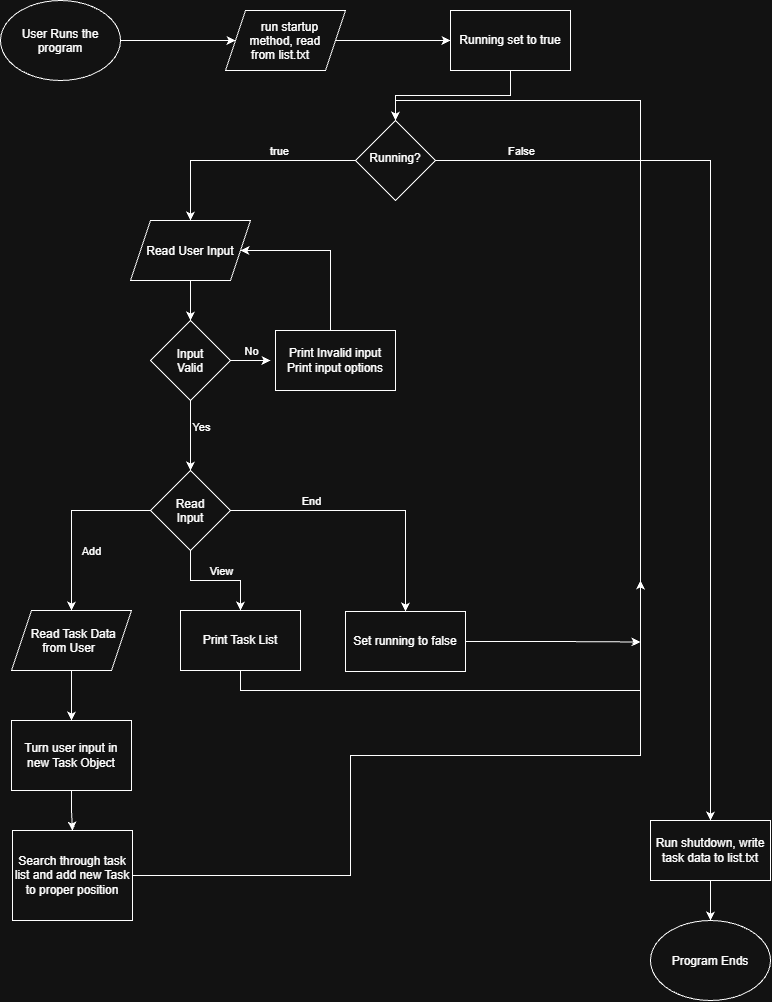
The draw.io diagram docs/Flowchart.drawio.png in BChrisman23/Smarter-Task-List, before a commit. Source tidied: cells renumbered, new cells last; positions are measured from the earlier drawing's top-left corner, leaving out a move shared by most shapes.
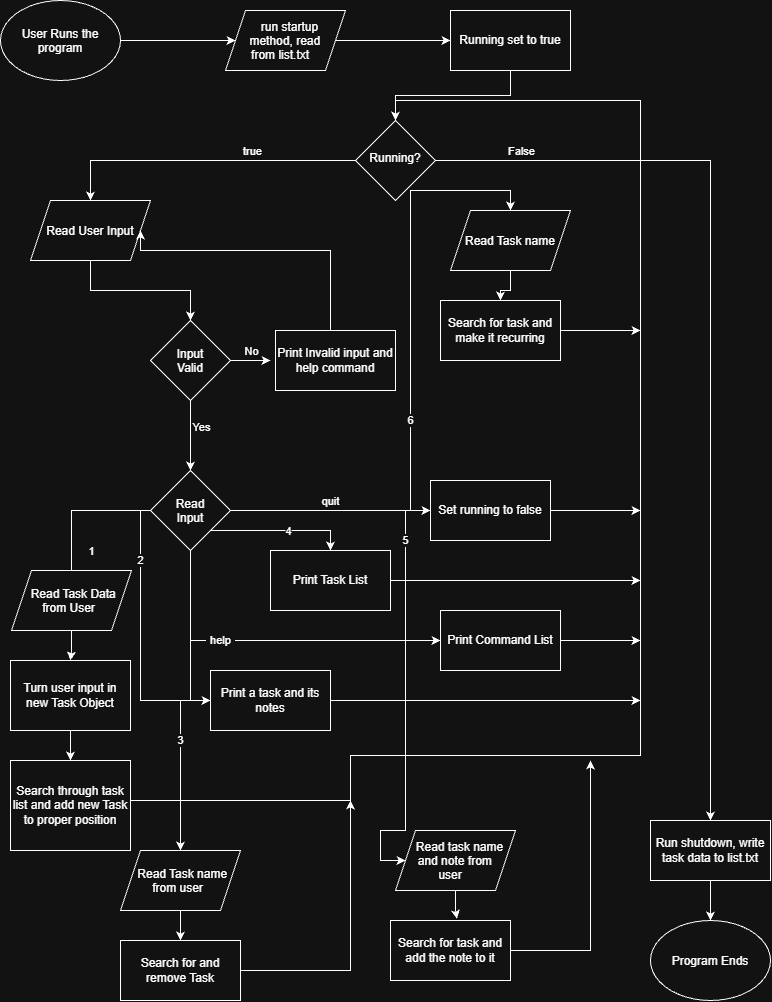
Above is the later version.

Commit message:
Updated flowchart to reflect changes both made and upcoming.

The edit, as a diff of the source:
```diff
@@ -50,7 +50,7 @@
       <mxGeometry relative="1" as="geometry" />
     </mxCell>
     <mxCell id="15" value="Read User Input" style="shape=parallelogram;perimeter=parallelogramPerimeter;whiteSpace=wrap;html=1;shapeInside=1;fixedSize=1;" parent="1" vertex="1">
-      <mxGeometry x="130" y="220" width="120" height="60" as="geometry" />
+      <mxGeometry x="30" y="200" width="120" height="60" as="geometry" />
     </mxCell>
     <mxCell id="16" style="edgeStyle=orthogonalEdgeStyle;rounded=0;jettySize=auto;html=1;defaultLabelBackgroundColor=page;" parent="1" edge="1" source="20">
       <mxGeometry relative="1" as="geometry">
@@ -80,23 +80,27 @@
         </Array>
       </mxGeometry>
     </mxCell>
-    <mxCell id="22" value="Print Invalid input&lt;div&gt;Print input options&lt;/div&gt;" style="rounded=0;whiteSpace=wrap;html=1;" parent="1" vertex="1">
+    <mxCell id="22" value="Print Invalid input and help command" style="rounded=0;whiteSpace=wrap;html=1;" parent="1" vertex="1">
       <mxGeometry x="275" y="330" width="120" height="60" as="geometry" />
     </mxCell>
-    <mxCell id="23" style="edgeStyle=orthogonalEdgeStyle;rounded=0;jettySize=auto;html=1;exitX=1;exitY=0.5;exitDx=0;exitDy=0;entryX=0.5;entryY=0;entryDx=0;entryDy=0;defaultLabelBackgroundColor=page;" parent="1" edge="1" source="29" target="33">
+    <mxCell id="23" style="edgeStyle=orthogonalEdgeStyle;rounded=0;jettySize=auto;html=1;exitX=1;exitY=0.5;exitDx=0;exitDy=0;entryX=0;entryY=0.5;entryDx=0;entryDy=0;defaultLabelBackgroundColor=page;" parent="1" edge="1" source="29" target="33">
       <mxGeometry relative="1" as="geometry" />
     </mxCell>
-    <mxCell id="24" value="End" style="edgeLabel;html=1;align=center;verticalAlign=middle;inheritText=1;defaultLabelBackgroundColor=page;" parent="23" vertex="1">
-      <mxGeometry x="-0.49" y="-4" relative="1" as="geometry">
+    <mxCell id="24" value="quit" style="edgeLabel;html=1;align=center;verticalAlign=middle;inheritText=1;defaultLabelBackgroundColor=page;" parent="23" vertex="1">
+      <mxGeometry x="-0.11" y="-4" relative="1" as="geometry">
         <mxPoint x="10" y="-14" as="offset" />
       </mxGeometry>
     </mxCell>
     <mxCell id="25" style="edgeStyle=orthogonalEdgeStyle;rounded=0;jettySize=auto;html=1;entryX=0.5;entryY=0;entryDx=0;entryDy=0;defaultLabelBackgroundColor=page;" parent="1" edge="1" source="29" target="31">
-      <mxGeometry relative="1" as="geometry" />
+      <mxGeometry relative="1" as="geometry">
+        <Array as="points">
+          <mxPoint x="330" y="530" />
+        </Array>
+      </mxGeometry>
     </mxCell>
-    <mxCell id="26" value="View" style="edgeLabel;html=1;align=center;verticalAlign=middle;inheritText=1;defaultLabelBackgroundColor=page;" parent="25" vertex="1">
+    <mxCell id="26" value="4" style="edgeLabel;html=1;align=center;verticalAlign=middle;inheritText=1;defaultLabelBackgroundColor=page;" parent="25" vertex="1">
       <mxGeometry x="0.14" y="1" relative="1" as="geometry">
-        <mxPoint x="-3" y="-9" as="offset" />
+        <mxPoint x="-3" y="1" as="offset" />
       </mxGeometry>
     </mxCell>
     <mxCell id="27" style="edgeStyle=orthogonalEdgeStyle;rounded=0;jettySize=auto;html=1;exitX=0;exitY=0.5;exitDx=0;exitDy=0;defaultLabelBackgroundColor=page;" parent="1" edge="1" source="29">
@@ -104,40 +108,75 @@
         <mxPoint x="71" y="610" as="targetPoint" />
       </mxGeometry>
     </mxCell>
-    <mxCell id="28" value="Add" style="edgeLabel;html=1;align=center;verticalAlign=middle;inheritText=1;defaultLabelBackgroundColor=page;" parent="27" vertex="1">
+    <mxCell id="28" value="1" style="edgeLabel;html=1;align=center;verticalAlign=middle;inheritText=1;defaultLabelBackgroundColor=page;" parent="27" vertex="1">
       <mxGeometry x="0.3" y="-1" relative="1" as="geometry">
         <mxPoint x="20" y="2" as="offset" />
       </mxGeometry>
     </mxCell>
+    <mxCell id="43" value="help" style="edgeStyle=orthogonalEdgeStyle;rounded=0;jettySize=auto;html=1;exitX=0.5;exitY=1;exitDx=0;exitDy=0;defaultLabelBackgroundColor=page;labelPadding=0 4;entryX=0;entryY=0.5;entryDx=0;entryDy=0;" parent="1" edge="1" source="29" target="49">
+      <mxGeometry x="-0.29" relative="1" as="geometry" />
+    </mxCell>
+    <mxCell id="44" value="2" style="edgeStyle=orthogonalEdgeStyle;rounded=0;jettySize=auto;html=1;exitX=0;exitY=0.5;exitDx=0;exitDy=0;entryX=0;entryY=0.5;entryDx=0;entryDy=0;defaultLabelBackgroundColor=page;labelPadding=0 4;" parent="1" edge="1" source="29" target="51">
+      <mxGeometry x="-0.56" relative="1" as="geometry">
+        <Array as="points">
+          <mxPoint x="140" y="510" />
+          <mxPoint x="140" y="700" />
+          <mxPoint x="210" y="700" />
+        </Array>
+      </mxGeometry>
+    </mxCell>
+    <mxCell id="45" value="3" style="edgeStyle=orthogonalEdgeStyle;rounded=0;jettySize=auto;html=1;defaultLabelBackgroundColor=page;labelPadding=0 4;entryX=0.5;entryY=0;entryDx=0;entryDy=0;" parent="1" edge="1" source="29" target="53">
+      <mxGeometry x="0.29" relative="1" as="geometry" />
+    </mxCell>
+    <mxCell id="46" value="5" style="edgeStyle=orthogonalEdgeStyle;rounded=0;jettySize=auto;html=1;entryX=0;entryY=0.5;entryDx=0;entryDy=0;defaultLabelBackgroundColor=page;labelPadding=0 4;" parent="1" edge="1" source="29" target="56">
+      <mxGeometry x="-0.29" relative="1" as="geometry">
+        <Array as="points">
+          <mxPoint x="405" y="510" />
+          <mxPoint x="405" y="830" />
+          <mxPoint x="380" y="830" />
+          <mxPoint x="380" y="860" />
+        </Array>
+      </mxGeometry>
+    </mxCell>
+    <mxCell id="47" value="6" style="edgeStyle=orthogonalEdgeStyle;rounded=0;jettySize=auto;html=1;entryX=0.5;entryY=0;entryDx=0;entryDy=0;defaultLabelBackgroundColor=page;labelPadding=0 4;" parent="1" edge="1" source="29" target="61">
+      <mxGeometry x="-0.13" relative="1" as="geometry">
+        <Array as="points">
+          <mxPoint x="410" y="510" />
+          <mxPoint x="410" y="190" />
+          <mxPoint x="510" y="190" />
+        </Array>
+      </mxGeometry>
+    </mxCell>
     <mxCell id="29" value="&lt;br&gt;Read Input" style="rhombus;whiteSpace=wrap;html=1;shapeInside=1;" parent="1" vertex="1">
       <mxGeometry x="150" y="470" width="80" height="80" as="geometry" />
     </mxCell>
-    <mxCell id="30" style="edgeStyle=orthogonalEdgeStyle;rounded=0;jettySize=auto;html=1;exitX=0.5;exitY=1;exitDx=0;exitDy=0;defaultLabelBackgroundColor=page;" parent="1" edge="1" source="31">
+    <mxCell id="30" style="edgeStyle=orthogonalEdgeStyle;rounded=0;jettySize=auto;html=1;exitX=1;exitY=0.5;exitDx=0;exitDy=0;defaultLabelBackgroundColor=page;" parent="1" edge="1" source="31">
       <mxGeometry relative="1" as="geometry">
         <mxPoint x="640" y="580" as="targetPoint" />
       </mxGeometry>
     </mxCell>
     <mxCell id="31" value="Print Task List" style="rounded=0;whiteSpace=wrap;html=1;" parent="1" vertex="1">
-      <mxGeometry x="180" y="610" width="120" height="60" as="geometry" />
+      <mxGeometry x="270" y="550" width="120" height="60" as="geometry" />
     </mxCell>
     <mxCell id="32" style="edgeStyle=orthogonalEdgeStyle;rounded=0;jettySize=auto;html=1;exitX=1;exitY=0.5;exitDx=0;exitDy=0;defaultLabelBackgroundColor=page;" parent="1" edge="1" source="33">
       <mxGeometry relative="1" as="geometry">
-        <mxPoint x="640" y="641.5" as="targetPoint" />
+        <mxPoint x="640" y="510" as="targetPoint" />
       </mxGeometry>
     </mxCell>
     <mxCell id="33" value="Set running to false" style="rounded=0;whiteSpace=wrap;html=1;" parent="1" vertex="1">
-      <mxGeometry x="345" y="611" width="120" height="60" as="geometry" />
+      <mxGeometry x="430" y="480" width="120" height="60" as="geometry" />
     </mxCell>
     <mxCell id="34" style="edgeStyle=orthogonalEdgeStyle;rounded=0;jettySize=auto;html=1;entryX=0.5;entryY=0;entryDx=0;entryDy=0;defaultLabelBackgroundColor=page;" parent="1" edge="1" source="35" target="38">
       <mxGeometry relative="1" as="geometry" />
     </mxCell>
     <mxCell id="35" value="Read Task Data from User" style="shape=parallelogram;perimeter=parallelogramPerimeter;whiteSpace=wrap;html=1;shapeInside=1;fixedSize=1;" parent="1" vertex="1">
-      <mxGeometry x="11" y="610" width="120" height="60" as="geometry" />
+      <mxGeometry x="11" y="570" width="120" height="60" as="geometry" />
     </mxCell>
     <mxCell id="36" style="edgeStyle=orthogonalEdgeStyle;rounded=0;jettySize=auto;html=1;defaultLabelBackgroundColor=page;entryX=0.5;entryY=0;entryDx=0;entryDy=0;exitX=1;exitY=0.5;exitDx=0;exitDy=0;" parent="1" edge="1" source="42" target="11">
-      <mxGeometry x="-0.23" relative="1" as="geometry">
+      <mxGeometry x="-0.34" relative="1" as="geometry">
         <Array as="points">
-          <mxPoint x="350" y="875" />
+          <mxPoint x="130" y="800" />
+          <mxPoint x="350" y="800" />
           <mxPoint x="350" y="755" />
           <mxPoint x="640" y="755" />
           <mxPoint x="640" y="100" />
@@ -149,7 +188,7 @@
       <mxGeometry relative="1" as="geometry" />
     </mxCell>
     <mxCell id="38" value="Turn user input in new Task Object" style="rounded=0;whiteSpace=wrap;html=1;" parent="1" vertex="1">
-      <mxGeometry x="11" y="720" width="120" height="70" as="geometry" />
+      <mxGeometry x="10" y="660" width="120" height="70" as="geometry" />
     </mxCell>
     <mxCell id="39" style="edgeStyle=orthogonalEdgeStyle;rounded=0;jettySize=auto;html=1;entryX=0.5;entryY=0;entryDx=0;entryDy=0;defaultLabelBackgroundColor=page;" parent="1" edge="1" source="40" target="41">
       <mxGeometry relative="1" as="geometry" />
@@ -161,7 +200,65 @@
       <mxGeometry x="650" y="920" width="120" height="80" as="geometry" />
     </mxCell>
     <mxCell id="42" value="Search through task list and add new Task to proper position" style="rounded=0;whiteSpace=wrap;html=1;" parent="1" vertex="1">
-      <mxGeometry x="12" y="830" width="120" height="90" as="geometry" />
+      <mxGeometry x="10" y="760" width="120" height="90" as="geometry" />
     </mxCell>
+    <mxCell id="48" style="edgeStyle=orthogonalEdgeStyle;rounded=0;jettySize=auto;html=1;defaultLabelBackgroundColor=page;labelPadding=0 4;exitX=1;exitY=0.5;exitDx=0;exitDy=0;" parent="1" edge="1" source="49">
+      <mxGeometry x="0.62" relative="1" as="geometry">
+        <mxPoint x="640" y="640" as="targetPoint" />
+      </mxGeometry>
+    </mxCell>
+    <mxCell id="49" value="Print Command List" style="rounded=0;whiteSpace=wrap;html=1;" parent="1" vertex="1">
+      <mxGeometry x="440" y="610" width="120" height="60" as="geometry" />
+    </mxCell>
+    <mxCell id="50" style="edgeStyle=orthogonalEdgeStyle;rounded=0;jettySize=auto;html=1;defaultLabelBackgroundColor=page;labelPadding=0 4;" parent="1" edge="1" source="51">
+      <mxGeometry relative="1" as="geometry">
+        <mxPoint x="640" y="700" as="targetPoint" />
+      </mxGeometry>
+    </mxCell>
+    <mxCell id="51" value="Print a task and its notes" style="rounded=0;whiteSpace=wrap;html=1;" parent="1" vertex="1">
+      <mxGeometry x="210" y="670" width="120" height="60" as="geometry" />
+    </mxCell>
+    <mxCell id="52" style="edgeStyle=orthogonalEdgeStyle;rounded=0;jettySize=auto;html=1;entryX=0.5;entryY=0;entryDx=0;entryDy=0;defaultLabelBackgroundColor=page;labelPadding=0 4;" parent="1" edge="1" source="53" target="55">
+      <mxGeometry relative="1" as="geometry" />
+    </mxCell>
+    <mxCell id="53" value="Read Task name from user" style="shape=parallelogram;perimeter=parallelogramPerimeter;whiteSpace=wrap;html=1;shapeInside=1;fixedSize=1;" parent="1" vertex="1">
+      <mxGeometry x="120" y="850" width="120" height="60" as="geometry" />
+    </mxCell>
+    <mxCell id="54" style="edgeStyle=orthogonalEdgeStyle;rounded=0;jettySize=auto;html=1;exitX=1;exitY=0.5;exitDx=0;exitDy=0;defaultLabelBackgroundColor=page;labelPadding=0 4;" parent="1" edge="1" source="55">
+      <mxGeometry x="-0.96" relative="1" as="geometry">
+        <mxPoint x="350" y="800" as="targetPoint" />
+      </mxGeometry>
+    </mxCell>
+    <mxCell id="55" value="Search for and remove Task" style="rounded=0;whiteSpace=wrap;html=1;" parent="1" vertex="1">
+      <mxGeometry x="120" y="940" width="120" height="60" as="geometry" />
+    </mxCell>
+    <mxCell id="56" value="Read task name and note from user" style="shape=parallelogram;perimeter=parallelogramPerimeter;whiteSpace=wrap;html=1;shapeInside=1;fixedSize=1;" parent="1" vertex="1">
+      <mxGeometry x="395" y="830" width="120" height="60" as="geometry" />
+    </mxCell>
+    <mxCell id="57" style="edgeStyle=orthogonalEdgeStyle;rounded=0;jettySize=auto;html=1;defaultLabelBackgroundColor=page;labelPadding=0 4;" parent="1" edge="1" source="58">
+      <mxGeometry relative="1" as="geometry">
+        <mxPoint x="590" y="760" as="targetPoint" />
+      </mxGeometry>
+    </mxCell>
+    <mxCell id="58" value="Search for task and add the note to it" style="rounded=0;whiteSpace=wrap;html=1;" parent="1" vertex="1">
+      <mxGeometry x="390" y="920" width="120" height="60" as="geometry" />
+    </mxCell>
+    <mxCell id="59" style="edgeStyle=orthogonalEdgeStyle;rounded=0;jettySize=auto;html=1;entryX=0.554;entryY=-0.028;entryDx=0;entryDy=0;entryPerimeter=0;defaultLabelBackgroundColor=page;labelPadding=0 4;" parent="1" edge="1" source="56" target="58">
+      <mxGeometry relative="1" as="geometry" />
+    </mxCell>
+    <mxCell id="60" style="edgeStyle=orthogonalEdgeStyle;rounded=0;jettySize=auto;html=1;defaultLabelBackgroundColor=page;labelPadding=0 4;" parent="1" edge="1" source="61" target="63">
+      <mxGeometry relative="1" as="geometry" />
+    </mxCell>
+    <mxCell id="61" value="Read Task name" style="shape=parallelogram;perimeter=parallelogramPerimeter;whiteSpace=wrap;html=1;shapeInside=1;fixedSize=1;" parent="1" vertex="1">
+      <mxGeometry x="450" y="210" width="120" height="60" as="geometry" />
+    </mxCell>
+    <mxCell id="62" style="edgeStyle=orthogonalEdgeStyle;rounded=0;jettySize=auto;html=1;defaultLabelBackgroundColor=page;labelPadding=0 4;" parent="1" edge="1" source="63">
+      <mxGeometry relative="1" as="geometry">
+        <mxPoint x="640" y="330" as="targetPoint" />
+      </mxGeometry>
+    </mxCell>
+    <mxCell id="63" value="Search for task and make it recurring" style="rounded=0;whiteSpace=wrap;html=1;" parent="1" vertex="1">
+      <mxGeometry x="440" y="300" width="120" height="60" as="geometry" />
+    </mxCell>
   </root>
 </mxGraphModel>
```
